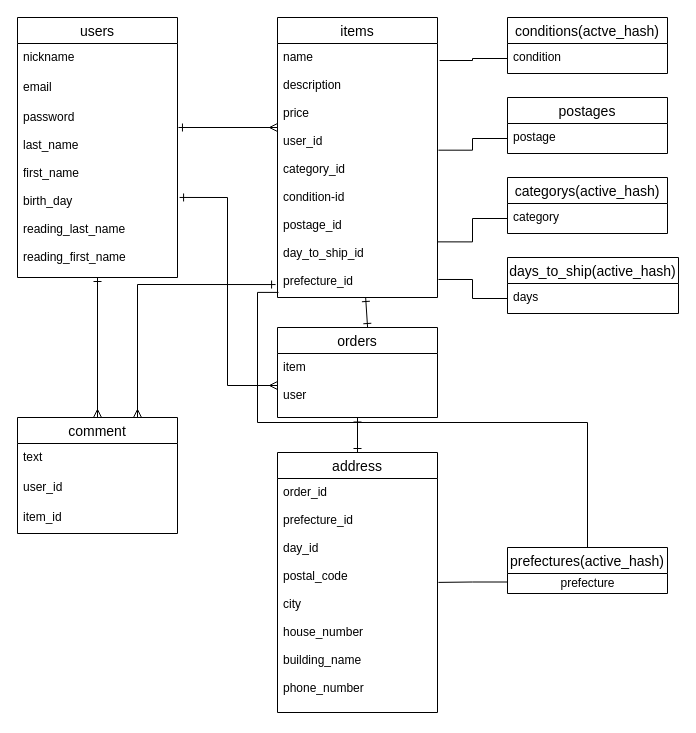
Before: er.dio in maradonamania/furima-36256, a draw.io diagram. Source tidied: cells renumbered, new cells numbered last; positions are measured from the earlier drawing's top-left corner, leaving out a move shared by most shapes. Both pictures are drawn from the tidied source at 100%, with x=0, y=0 at pixel (17, 17).
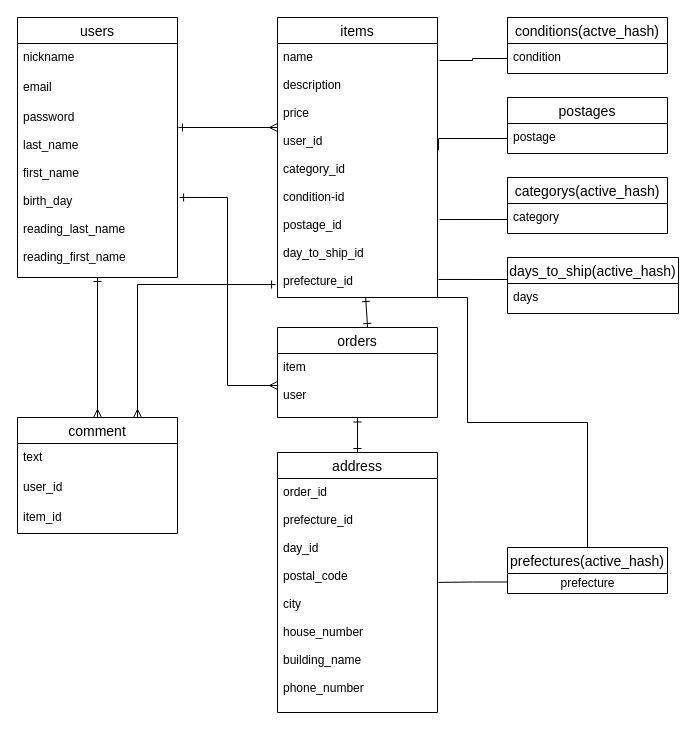
After the change.

Unchanged cells that the change refers to:
```xml
<mxCell id="7" value="name&#10;&#10;description&#10;&#10;price&#10;&#10;user_id&#10;&#10;category_id&#10;&#10;condition-id&#10;&#10;postage_id&#10;&#10;day_to_ship_id&#10;&#10;prefecture_id&#10;" style="text;strokeColor=none;fillColor=none;spacingLeft=4;spacingRight=4;overflow=hidden;points=[[0,0.5],[1,0.5]];portConstraint=eastwest;fontSize=12;" parent="6" vertex="1">
  <mxGeometry y="26" width="160" height="254" as="geometry" />
</mxCell>
<mxCell id="13" value="order_id&#10;&#10;prefecture_id&#10;&#10;day_id&#10;&#10;postal_code&#10;&#10;city&#10;&#10;house_number&#10;&#10;building_name&#10;&#10;phone_number&#10;" style="text;strokeColor=none;fillColor=none;spacingLeft=4;spacingRight=4;overflow=hidden;points=[[0,0.5],[1,0.5]];portConstraint=eastwest;fontSize=12;" parent="12" vertex="1">
  <mxGeometry y="26" width="160" height="234" as="geometry" />
</mxCell>
<mxCell id="17" value="prefectures(active_hash)" style="swimlane;fontStyle=0;horizontal=1;startSize=26;align=center;fontSize=14;" parent="1" vertex="1">
  <mxGeometry x="490" y="530" width="160" height="46" as="geometry" />
</mxCell>
<mxCell id="20" value="days" style="text;strokeColor=none;fillColor=none;spacingLeft=4;spacingRight=4;overflow=hidden;points=[[0,0.5],[1,0.5]];portConstraint=eastwest;fontSize=12;" parent="19" vertex="1">
  <mxGeometry y="26" width="171" height="30" as="geometry" />
</mxCell>
<mxCell id="23" value="condition" style="text;strokeColor=none;fillColor=none;spacingLeft=4;spacingRight=4;overflow=hidden;points=[[0,0.5],[1,0.5]];portConstraint=eastwest;fontSize=12;" parent="22" vertex="1">
  <mxGeometry y="26" width="160" height="30" as="geometry" />
</mxCell>
<mxCell id="25" value="category" style="text;strokeColor=none;fillColor=none;spacingLeft=4;spacingRight=4;overflow=hidden;points=[[0,0.5],[1,0.5]];portConstraint=eastwest;fontSize=12;" parent="24" vertex="1">
  <mxGeometry y="26" width="160" height="30" as="geometry" />
</mxCell>
<mxCell id="27" value="postage" style="text;strokeColor=none;fillColor=none;spacingLeft=4;spacingRight=4;overflow=hidden;points=[[0,0.5],[1,0.5]];portConstraint=eastwest;fontSize=12;" parent="26" vertex="1">
  <mxGeometry y="26" width="160" height="30" as="geometry" />
</mxCell>
```

Diff of the diagram source:
```diff
@@
+    <mxCell id="16" style="edgeStyle=orthogonalEdgeStyle;rounded=0;jettySize=auto;html=1;exitX=0;exitY=0.75;exitDx=0;exitDy=0;entryX=1.006;entryY=0.444;entryDx=0;entryDy=0;entryPerimeter=0;endArrow=none;endFill=0;" parent="1" edge="1" source="17" target="13">
+      <mxGeometry relative="1" as="geometry" />
+    </mxCell>
-    <mxCell id="15" style="edgeStyle=orthogonalEdgeStyle;rounded=0;jettySize=auto;html=1;exitX=0.5;exitY=0;exitDx=0;exitDy=0;entryX=0.006;entryY=0.98;entryDx=0;entryDy=0;entryPerimeter=0;startArrow=none;startFill=0;endArrow=none;endFill=0;endSize=6;strokeWidth=1;" parent="1" edge="1" source="17" target="7">
-      <mxGeometry relative="1" as="geometry" />
+    <mxCell id="15" style="edgeStyle=orthogonalEdgeStyle;rounded=0;jettySize=auto;html=1;exitX=0.5;exitY=0;exitDx=0;exitDy=0;entryX=0.706;entryY=1;entryDx=0;entryDy=0;entryPerimeter=0;startArrow=none;startFill=0;endArrow=none;endFill=0;" parent="1" edge="1" source="17" target="7">
+      <mxGeometry relative="1" as="geometry">
+        <Array as="points">
+          <mxPoint x="570" y="405" />
+          <mxPoint x="450" y="405" />
+          <mxPoint x="450" y="280" />
+        </Array>
+      </mxGeometry>
     </mxCell>
-    <mxCell id="16" style="edgeStyle=orthogonalEdgeStyle;rounded=0;jettySize=auto;html=1;exitX=0;exitY=0.75;exitDx=0;exitDy=0;entryX=1.006;entryY=0.444;entryDx=0;entryDy=0;entryPerimeter=0;endArrow=none;endFill=0;" parent="1" edge="1" source="17" target="13">
-      <mxGeometry relative="1" as="geometry" />
-    </mxCell>
@@
     <mxCell id="28" style="edgeStyle=orthogonalEdgeStyle;rounded=0;jettySize=auto;html=1;exitX=0;exitY=0.5;exitDx=0;exitDy=0;entryX=1.013;entryY=0.067;entryDx=0;entryDy=0;entryPerimeter=0;endArrow=none;endFill=0;" parent="1" edge="1" source="23" target="7">
-      <mxGeometry relative="1" as="geometry" />
+      <mxGeometry relative="1" as="geometry">
+        <Array as="points">
+          <mxPoint x="455" y="41" />
+          <mxPoint x="455" y="43" />
+        </Array>
+      </mxGeometry>
     </mxCell>
     <mxCell id="29" style="edgeStyle=orthogonalEdgeStyle;rounded=0;jettySize=auto;html=1;exitX=0;exitY=0.5;exitDx=0;exitDy=0;entryX=1.006;entryY=0.42;entryDx=0;entryDy=0;entryPerimeter=0;endArrow=none;endFill=0;" parent="1" edge="1" source="27" target="7">
-      <mxGeometry relative="1" as="geometry" />
+      <mxGeometry relative="1" as="geometry">
+        <Array as="points">
+          <mxPoint x="421" y="121" />
+        </Array>
+      </mxGeometry>
     </mxCell>
-    <mxCell id="30" style="edgeStyle=orthogonalEdgeStyle;rounded=0;jettySize=auto;html=1;exitX=0;exitY=0.5;exitDx=0;exitDy=0;entryX=1;entryY=0.781;entryDx=0;entryDy=0;entryPerimeter=0;endArrow=none;endFill=0;" parent="1" edge="1" source="25" target="7">
-      <mxGeometry relative="1" as="geometry" />
+    <mxCell id="30" style="edgeStyle=orthogonalEdgeStyle;rounded=0;jettySize=auto;html=1;exitX=0;exitY=0.5;exitDx=0;exitDy=0;endArrow=none;endFill=0;entryX=1.013;entryY=0.693;entryDx=0;entryDy=0;entryPerimeter=0;" parent="1" edge="1" source="25" target="7">
+      <mxGeometry relative="1" as="geometry">
+        <Array as="points">
+          <mxPoint x="490" y="202" />
+        </Array>
+      </mxGeometry>
     </mxCell>
     <mxCell id="31" style="edgeStyle=orthogonalEdgeStyle;rounded=0;jettySize=auto;html=1;exitX=0;exitY=0.5;exitDx=0;exitDy=0;entryX=1.006;entryY=0.929;entryDx=0;entryDy=0;entryPerimeter=0;endArrow=none;endFill=0;" parent="1" edge="1" source="20" target="7">
-      <mxGeometry relative="1" as="geometry" />
+      <mxGeometry relative="1" as="geometry">
+        <Array as="points">
+          <mxPoint x="490" y="262" />
+        </Array>
+      </mxGeometry>
     </mxCell>
```
